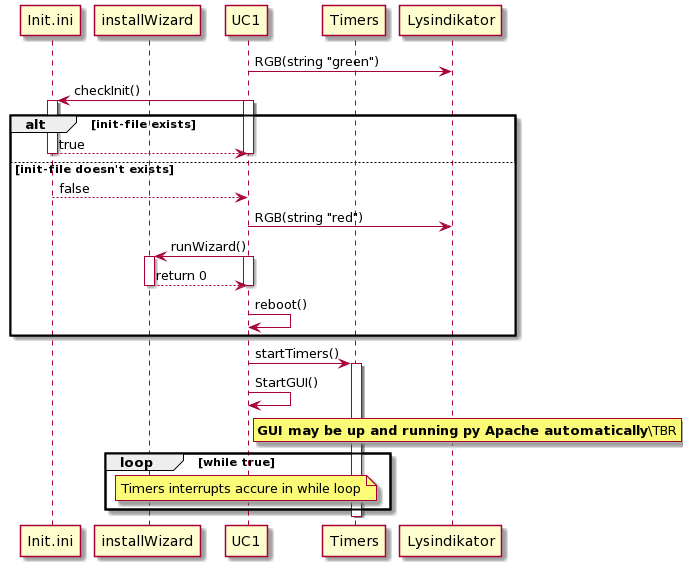
Solvgraa-mager/E4PRJ4 keeps this PlantUML diagram as Design/CC/Funktionssekvens/UseCase1/FunkSekvens1.png. Above is the earlier version. Source of this version:
```plantuml
@startuml
participant Init.ini
participant installWizard
participant UC1
participant Timers
participant Lysindikator

UC1 -> Lysindikator: RGB(string "green")
UC1 -> Init.ini: checkInit()
activate UC1
activate Init.ini

alt init-file exists
Init.ini --> UC1: true
deactivate UC1
deactivate Init.ini

else init-file doesn't exists

Init.ini --> UC1: false

UC1 -> Lysindikator: RGB(string "red")

UC1 -> installWizard: runWizard()
activate UC1
activate installWizard

installWizard --> UC1: return 0
deactivate UC1
deactivate installWizard

UC1 -> UC1 : reboot()

end

UC1 -> Timers: startTimers()
activate Timers

UC1 -> UC1: StartGUI()
rnote right UC1
**GUI may be up and running py Apache automatically**\TBR
endrnote

loop while true
note over UC1 : Timers interrupts accure in while loop
end
deactivate Timers
@enduml
```
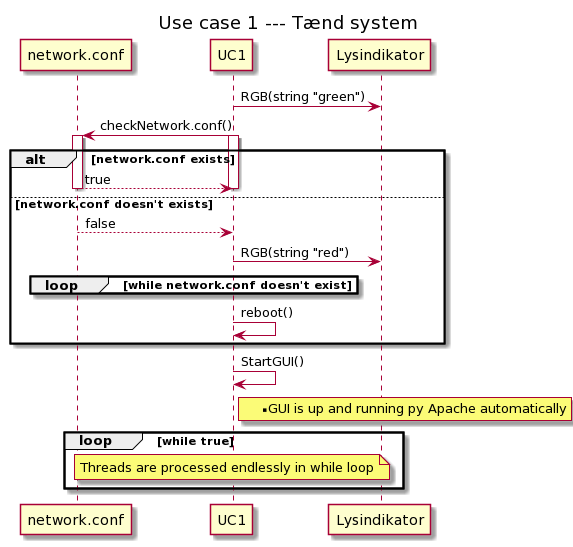
Above is the later version.

Change to the diagram source:
```diff
@@ -1,48 +1,41 @@
 @startuml
-participant Init.ini
-participant installWizard
+Title Use case 1 --- Tænd system
+participant network.conf
 participant UC1
-participant Timers
+
 participant Lysindikator
 
+
 UC1 -> Lysindikator: RGB(string "green")
-UC1 -> Init.ini: checkInit()
+UC1 -> network.conf: checkNetwork.conf()
 activate UC1
-activate Init.ini
+activate network.conf
 
-alt init-file exists
-Init.ini --> UC1: true
+alt network.conf exists
+network.conf --> UC1: true
 deactivate UC1
-deactivate Init.ini
+deactivate network.conf
 
-else init-file doesn't exists
+else network.conf doesn't exists
 
-Init.ini --> UC1: false
+network.conf --> UC1: false
 
 UC1 -> Lysindikator: RGB(string "red")
 
-UC1 -> installWizard: runWizard()
-activate UC1
-activate installWizard
-
-installWizard --> UC1: return 0
-deactivate UC1
-deactivate installWizard
-
+loop while network.conf doesn't exist
+end
 UC1 -> UC1 : reboot()
 
 end
 
-UC1 -> Timers: startTimers()
-activate Timers
+
 
 UC1 -> UC1: StartGUI()
 rnote right UC1
-**GUI may be up and running py Apache automatically**\TBR
+**GUI is up and running py Apache automatically
 endrnote
 
 loop while true
-note over UC1 : Timers interrupts accure in while loop
+note over UC1 : Threads are processed endlessly in while loop
 end
-deactivate Timers
 @enduml
```
